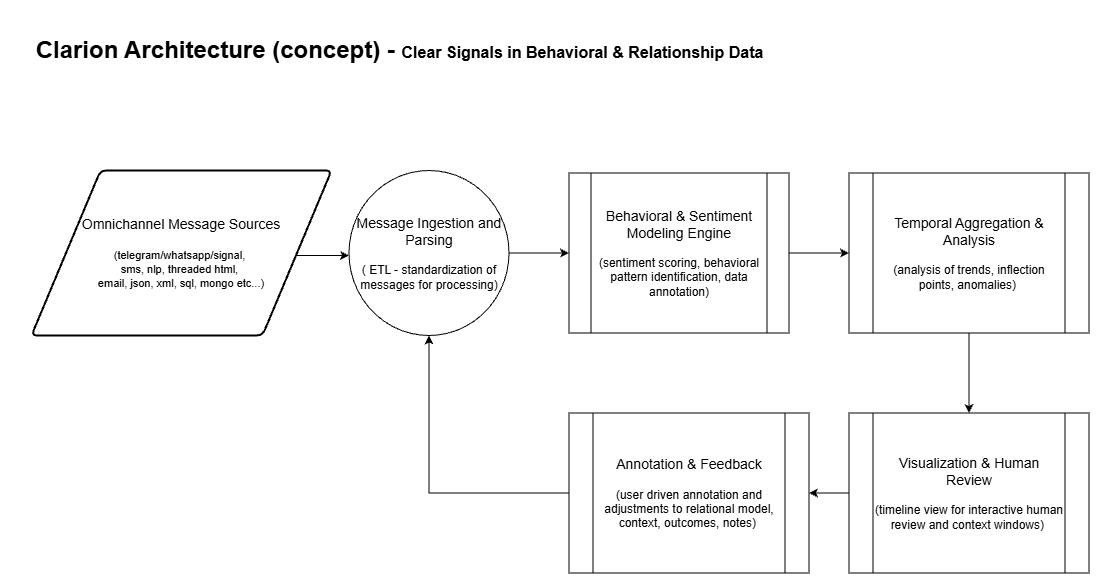
Before: screenshots/clarion-architecture.png, a diagram exported from draw.io (kyleandrus/clarion). Source tidied: cells renumbered, new cells last; positions are measured from the earlier drawing's top-left corner, leaving out a move shared by most shapes. The source it was exported from:
```xml
<mxGraphModel>
  <root>
    <mxCell id="0" />
    <mxCell id="1" parent="0" />
    <mxCell id="2" style="edgeStyle=orthogonalEdgeStyle;rounded=0;jettySize=auto;html=1;" parent="1" edge="1" target="6">
      <mxGeometry relative="1" as="geometry">
        <mxPoint x="286.5" y="245" as="sourcePoint" />
        <Array as="points">
          <mxPoint x="338.5" y="244.5" />
          <mxPoint x="338.5" y="244.5" />
        </Array>
      </mxGeometry>
    </mxCell>
    <mxCell id="3" value="&lt;font style=&quot;font-size: 14px;&quot;&gt;Omnichannel Message Sources&lt;/font&gt;&lt;div&gt;&lt;font style=&quot;font-size: 9px;&quot;&gt;&lt;br&gt;&lt;/font&gt;&lt;div&gt;&lt;font style=&quot;font-size: 11px;&quot;&gt;(telegram/whatsapp/signal,&amp;nbsp;&lt;/font&gt;&lt;/div&gt;&lt;div&gt;&lt;font style=&quot;font-size: 11px;&quot;&gt;sms, nlp, threaded html,&amp;nbsp;&lt;/font&gt;&lt;/div&gt;&lt;div&gt;&lt;font style=&quot;font-size: 11px;&quot;&gt;email, json, xml, sql, mongo etc...)&lt;/font&gt;&lt;/div&gt;&lt;/div&gt;" style="shape=parallelogram;html=1;strokeWidth=2;perimeter=parallelogramPerimeter;whiteSpace=wrap;rounded=1;arcSize=12;size=0.23;" parent="1" vertex="1">
      <mxGeometry x="21" y="160" width="300" height="165" as="geometry" />
    </mxCell>
    <mxCell id="4" value="Clarion Architecture (concept) -&amp;nbsp;&lt;font style=&quot;font-size: 16px;&quot;&gt;Clear Signals in Behavioral &amp;amp; Relationship Data&lt;/font&gt;" style="text;strokeColor=none;fillColor=none;html=1;fontSize=24;fontStyle=1;verticalAlign=middle;align=center;" parent="1" vertex="1">
      <mxGeometry width="777.5" height="80" as="geometry" />
    </mxCell>
    <mxCell id="5" style="edgeStyle=orthogonalEdgeStyle;rounded=0;jettySize=auto;html=1;entryX=0;entryY=0.5;entryDx=0;entryDy=0;" parent="1" edge="1" source="6" target="8">
      <mxGeometry relative="1" as="geometry" />
    </mxCell>
    <mxCell id="6" value="&lt;font style=&quot;font-size: 14px;&quot;&gt;Message Ingestion and Parsing&lt;/font&gt;&lt;div&gt;&lt;font style=&quot;font-size: 9px;&quot;&gt;&lt;br&gt;&lt;/font&gt;&lt;/div&gt;&lt;div&gt;&lt;font&gt;( ETL - standardization of messages for processing)&lt;/font&gt;&lt;/div&gt;" style="shape=ellipse;html=1;dashed=0;whiteSpace=wrap;perimeter=ellipsePerimeter;" parent="1" vertex="1">
      <mxGeometry x="338.5" y="160" width="160" height="165" as="geometry" />
    </mxCell>
    <mxCell id="7" style="edgeStyle=orthogonalEdgeStyle;rounded=0;jettySize=auto;html=1;entryX=0;entryY=0.5;entryDx=0;entryDy=0;" parent="1" edge="1" source="8" target="10">
      <mxGeometry relative="1" as="geometry" />
    </mxCell>
    <mxCell id="8" value="&lt;font style=&quot;font-size: 14px;&quot;&gt;Behavioral &amp;amp; Sentiment Modeling Engine&lt;/font&gt;&lt;div&gt;&lt;br&gt;&lt;/div&gt;&lt;div&gt;(sentiment scoring, behavioral pattern identification, data annotation)&lt;/div&gt;" style="shape=process;whiteSpace=wrap;html=1;backgroundOutline=1;" parent="1" vertex="1">
      <mxGeometry x="558.5" y="162.5" width="220" height="160" as="geometry" />
    </mxCell>
    <mxCell id="9" style="edgeStyle=orthogonalEdgeStyle;rounded=0;jettySize=auto;html=1;" parent="1" edge="1" source="10" target="12">
      <mxGeometry relative="1" as="geometry" />
    </mxCell>
    <mxCell id="10" value="&lt;div&gt;&lt;font style=&quot;font-size: 14px;&quot;&gt;Temporal Aggregation &amp;amp; Analysis&lt;/font&gt;&lt;/div&gt;&lt;div&gt;&lt;br&gt;&lt;/div&gt;&lt;div&gt;(analysis of trends, inflection points, anomalies)&amp;nbsp;&lt;/div&gt;" style="shape=process;whiteSpace=wrap;html=1;backgroundOutline=1;" parent="1" vertex="1">
      <mxGeometry x="838.5" y="162.5" width="240" height="160" as="geometry" />
    </mxCell>
    <mxCell id="11" style="edgeStyle=orthogonalEdgeStyle;rounded=0;jettySize=auto;html=1;" parent="1" edge="1" source="12" target="14">
      <mxGeometry relative="1" as="geometry" />
    </mxCell>
    <mxCell id="12" value="&lt;div&gt;&lt;font style=&quot;font-size: 14px;&quot;&gt;Visualization &amp;amp; Human Review&lt;/font&gt;&lt;/div&gt;&lt;div&gt;&lt;br&gt;&lt;/div&gt;&lt;div&gt;(timeline view for interactive human review and context windows)&amp;nbsp;&lt;/div&gt;" style="shape=process;whiteSpace=wrap;html=1;backgroundOutline=1;" parent="1" vertex="1">
      <mxGeometry x="838.5" y="402.5" width="240" height="160" as="geometry" />
    </mxCell>
    <mxCell id="13" style="edgeStyle=orthogonalEdgeStyle;rounded=0;jettySize=auto;html=1;entryX=0.5;entryY=1;entryDx=0;entryDy=0;" parent="1" edge="1" source="14" target="6">
      <mxGeometry relative="1" as="geometry" />
    </mxCell>
    <mxCell id="14" value="&lt;div&gt;&lt;font style=&quot;font-size: 14px;&quot;&gt;Annotation &amp;amp; Feedback&lt;/font&gt;&lt;/div&gt;&lt;div&gt;&lt;br&gt;&lt;/div&gt;&lt;div&gt;(user driven annotation and adjustments to relational model, context, outcomes, notes)&amp;nbsp;&lt;/div&gt;" style="shape=process;whiteSpace=wrap;html=1;backgroundOutline=1;" parent="1" vertex="1">
      <mxGeometry x="558.5" y="402.5" width="240" height="160" as="geometry" />
    </mxCell>
  </root>
</mxGraphModel>
```
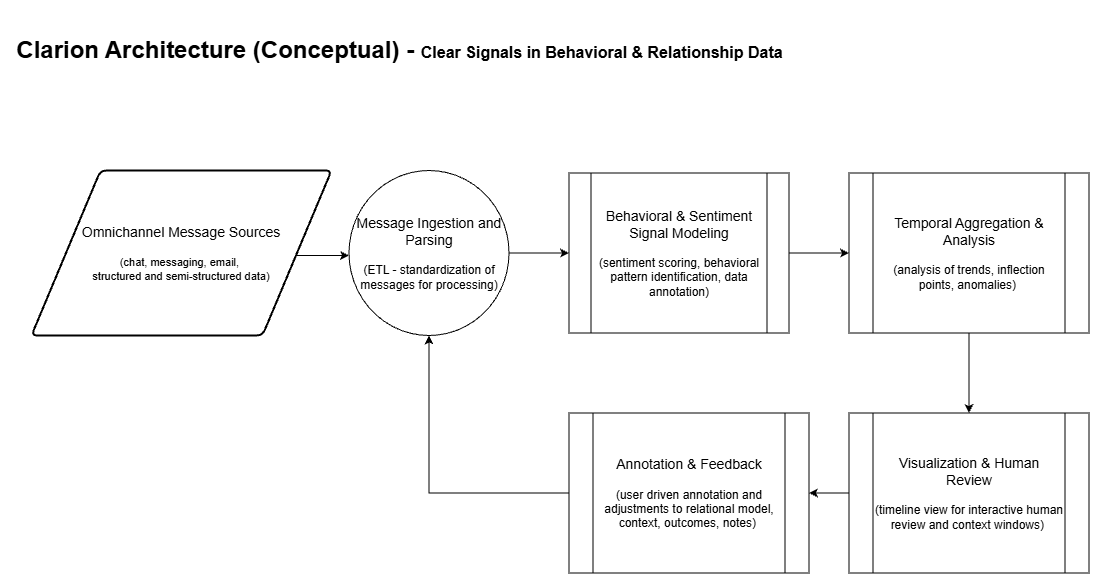
After the change.

Commit message:
updated clarion-architecture diagram

Change to the diagram source:
```diff
@@ -11,22 +11,22 @@
         </Array>
       </mxGeometry>
     </mxCell>
-    <mxCell id="3" value="&lt;font style=&quot;font-size: 14px;&quot;&gt;Omnichannel Message Sources&lt;/font&gt;&lt;div&gt;&lt;font style=&quot;font-size: 9px;&quot;&gt;&lt;br&gt;&lt;/font&gt;&lt;div&gt;&lt;font style=&quot;font-size: 11px;&quot;&gt;(telegram/whatsapp/signal,&amp;nbsp;&lt;/font&gt;&lt;/div&gt;&lt;div&gt;&lt;font style=&quot;font-size: 11px;&quot;&gt;sms, nlp, threaded html,&amp;nbsp;&lt;/font&gt;&lt;/div&gt;&lt;div&gt;&lt;font style=&quot;font-size: 11px;&quot;&gt;email, json, xml, sql, mongo etc...)&lt;/font&gt;&lt;/div&gt;&lt;/div&gt;" style="shape=parallelogram;html=1;strokeWidth=2;perimeter=parallelogramPerimeter;whiteSpace=wrap;rounded=1;arcSize=12;size=0.23;" parent="1" vertex="1">
+    <mxCell id="3" value="&lt;font style=&quot;font-size: 14px;&quot;&gt;Omnichannel Message Sources&lt;/font&gt;&lt;div&gt;&lt;font style=&quot;font-size: 9px;&quot;&gt;&lt;br&gt;&lt;/font&gt;&lt;div&gt;&lt;font style=&quot;font-size: 11px;&quot;&gt;(chat, messaging, email,&amp;nbsp;&lt;/font&gt;&lt;/div&gt;&lt;div&gt;&lt;font style=&quot;font-size: 11px;&quot;&gt;structured and semi-structured data&lt;/font&gt;&lt;span style=&quot;font-size: 11px; background-color: transparent; color: light-dark(rgb(0, 0, 0), rgb(255, 255, 255));&quot;&gt;)&lt;/span&gt;&lt;/div&gt;&lt;/div&gt;" style="shape=parallelogram;html=1;strokeWidth=2;perimeter=parallelogramPerimeter;whiteSpace=wrap;rounded=1;arcSize=12;size=0.23;" parent="1" vertex="1">
       <mxGeometry x="21" y="160" width="300" height="165" as="geometry" />
     </mxCell>
-    <mxCell id="4" value="Clarion Architecture (concept) -&amp;nbsp;&lt;font style=&quot;font-size: 16px;&quot;&gt;Clear Signals in Behavioral &amp;amp; Relationship Data&lt;/font&gt;" style="text;strokeColor=none;fillColor=none;html=1;fontSize=24;fontStyle=1;verticalAlign=middle;align=center;" parent="1" vertex="1">
+    <mxCell id="4" value="Clarion Architecture (Conceptual) -&amp;nbsp;&lt;font style=&quot;font-size: 16px;&quot;&gt;Clear Signals in Behavioral &amp;amp; Relationship Data&lt;/font&gt;" style="text;strokeColor=none;fillColor=none;html=1;fontSize=24;fontStyle=1;verticalAlign=middle;align=center;" parent="1" vertex="1">
       <mxGeometry width="777.5" height="80" as="geometry" />
     </mxCell>
     <mxCell id="5" style="edgeStyle=orthogonalEdgeStyle;rounded=0;jettySize=auto;html=1;entryX=0;entryY=0.5;entryDx=0;entryDy=0;" parent="1" edge="1" source="6" target="8">
       <mxGeometry relative="1" as="geometry" />
     </mxCell>
-    <mxCell id="6" value="&lt;font style=&quot;font-size: 14px;&quot;&gt;Message Ingestion and Parsing&lt;/font&gt;&lt;div&gt;&lt;font style=&quot;font-size: 9px;&quot;&gt;&lt;br&gt;&lt;/font&gt;&lt;/div&gt;&lt;div&gt;&lt;font&gt;( ETL - standardization of messages for processing)&lt;/font&gt;&lt;/div&gt;" style="shape=ellipse;html=1;dashed=0;whiteSpace=wrap;perimeter=ellipsePerimeter;" parent="1" vertex="1">
+    <mxCell id="6" value="&lt;font style=&quot;font-size: 14px;&quot;&gt;Message Ingestion and Parsing&lt;/font&gt;&lt;div&gt;&lt;font style=&quot;font-size: 9px;&quot;&gt;&lt;br&gt;&lt;/font&gt;&lt;/div&gt;&lt;div&gt;&lt;font&gt;(ETL - standardization of messages for processing)&lt;/font&gt;&lt;/div&gt;" style="shape=ellipse;html=1;dashed=0;whiteSpace=wrap;perimeter=ellipsePerimeter;" parent="1" vertex="1">
       <mxGeometry x="338.5" y="160" width="160" height="165" as="geometry" />
     </mxCell>
     <mxCell id="7" style="edgeStyle=orthogonalEdgeStyle;rounded=0;jettySize=auto;html=1;entryX=0;entryY=0.5;entryDx=0;entryDy=0;" parent="1" edge="1" source="8" target="10">
       <mxGeometry relative="1" as="geometry" />
     </mxCell>
-    <mxCell id="8" value="&lt;font style=&quot;font-size: 14px;&quot;&gt;Behavioral &amp;amp; Sentiment Modeling Engine&lt;/font&gt;&lt;div&gt;&lt;br&gt;&lt;/div&gt;&lt;div&gt;(sentiment scoring, behavioral pattern identification, data annotation)&lt;/div&gt;" style="shape=process;whiteSpace=wrap;html=1;backgroundOutline=1;" parent="1" vertex="1">
+    <mxCell id="8" value="&lt;font style=&quot;font-size: 14px;&quot;&gt;Behavioral &amp;amp; Sentiment Signal Modeling&lt;/font&gt;&lt;div&gt;&lt;br&gt;&lt;/div&gt;&lt;div&gt;(sentiment scoring, behavioral pattern identification, data annotation)&lt;/div&gt;" style="shape=process;whiteSpace=wrap;html=1;backgroundOutline=1;" parent="1" vertex="1">
       <mxGeometry x="558.5" y="162.5" width="220" height="160" as="geometry" />
     </mxCell>
     <mxCell id="9" style="edgeStyle=orthogonalEdgeStyle;rounded=0;jettySize=auto;html=1;" parent="1" edge="1" source="10" target="12">
```
